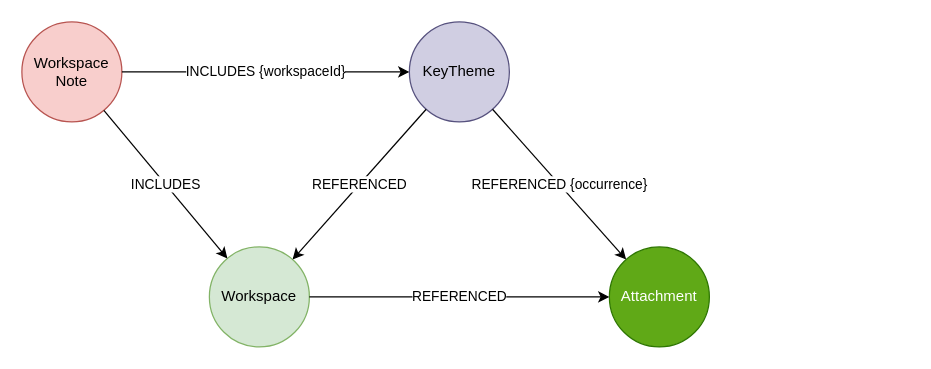
Before: page "Theme model" (1 of 3) of Modules/workspaces/DocumentReader2/images/Workspaces.drawio in EnglishSid/DigitalExplorerDevNotes, a draw.io diagram. Source tidied: cells renumbered, new cells numbered last; positions are measured from the earlier drawing's top-left corner, leaving out a move shared by most shapes. Both pictures are drawn from the tidied source at 125%, with x=0, y=0 at pixel (21, 21).
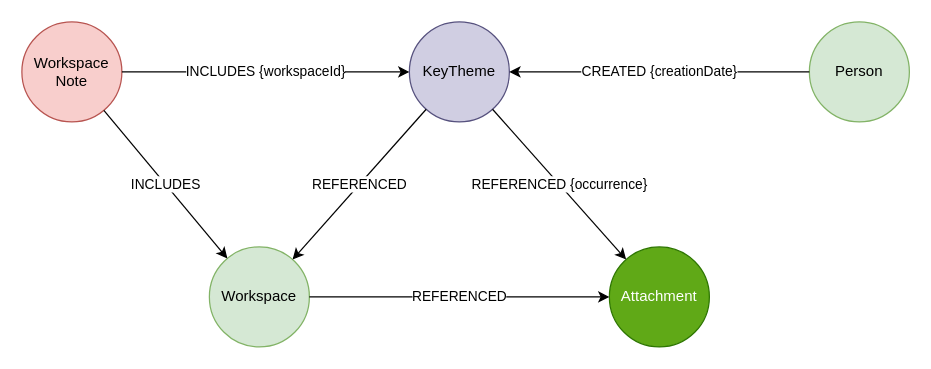
The same page after the edit.

Change to the diagram source:
```diff
@@
 <mxGraphModel>
   <root>
     <mxCell id="0" />
     <mxCell id="1" parent="0" />
     <mxCell id="2" value="Workspace" style="ellipse;whiteSpace=wrap;html=1;fillColor=#d5e8d4;strokeColor=#82b366;" parent="1" vertex="1">
       <mxGeometry x="150" y="180" width="80" height="80" as="geometry" />
     </mxCell>
     <mxCell id="3" value="Attachment" style="ellipse;whiteSpace=wrap;html=1;fillColor=#60a917;strokeColor=#2D7600;fontColor=#ffffff;" parent="1" vertex="1">
       <mxGeometry x="470" y="180" width="80" height="80" as="geometry" />
     </mxCell>
     <mxCell id="4" value="KeyTheme" style="ellipse;whiteSpace=wrap;html=1;fillColor=#d0cee2;strokeColor=#56517e;" parent="1" vertex="1">
       <mxGeometry x="310" width="80" height="80" as="geometry" />
     </mxCell>
     <mxCell id="5" value="REFERENCED" style="endArrow=classic;html=1;" parent="1" edge="1" source="2" target="3">
       <mxGeometry relative="1" as="geometry" />
     </mxCell>
     <mxCell id="6" value="REFERENCED {occurrence}" style="endArrow=classic;html=1;" parent="1" edge="1" source="4" target="3">
       <mxGeometry relative="1" as="geometry" />
     </mxCell>
     <mxCell id="7" value="REFERENCED" style="endArrow=classic;html=1;" parent="1" edge="1" source="4" target="2">
       <mxGeometry relative="1" as="geometry" />
     </mxCell>
     <mxCell id="8" value="Workspace&lt;br&gt;Note" style="ellipse;whiteSpace=wrap;html=1;fillColor=#f8cecc;strokeColor=#b85450;" parent="1" vertex="1">
       <mxGeometry width="80" height="80" as="geometry" />
     </mxCell>
     <mxCell id="9" value="INCLUDES" style="endArrow=classic;html=1;" parent="1" edge="1" source="8" target="2">
       <mxGeometry relative="1" as="geometry" />
     </mxCell>
     <mxCell id="10" value="INCLUDES {workspaceId}" style="endArrow=classic;html=1;" parent="1" edge="1" source="8" target="4">
       <mxGeometry relative="1" as="geometry" />
     </mxCell>
+    <mxCell id="11" value="Person" style="ellipse;whiteSpace=wrap;html=1;fillColor=#d5e8d4;strokeColor=#82b366;" parent="1" vertex="1">
+      <mxGeometry x="630" width="80" height="80" as="geometry" />
+    </mxCell>
+    <mxCell id="12" value="CREATED {creationDate}" style="endArrow=classic;html=1;" parent="1" edge="1" source="11" target="4">
+      <mxGeometry relative="1" as="geometry" />
+    </mxCell>
   </root>
 </mxGraphModel>
```
